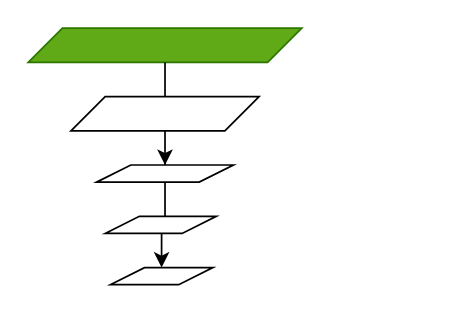
The draw.io diagram Untitled Diagram.drawio in Asad-Ismail/Nano-Instance-Segmentor, before the edit. Source tidied: cells renumbered, new cells numbered last; positions are measured from the earlier drawing's top-left corner, leaving out a move shared by most shapes. Both pictures are drawn from the tidied source at 171%, with x=0, y=0 at pixel (27, 27).
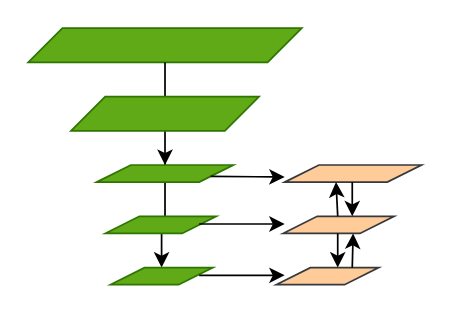
After the change.

The edit, as a diff of the source:
```diff
@@
-    <mxCell id="5" style="shape=parallelogram;perimeter=parallelogramPerimeter;whiteSpace=wrap;html=1;fixedSize=1;" parent="1" vertex="1">
+    <mxCell id="5" style="shape=parallelogram;perimeter=parallelogramPerimeter;whiteSpace=wrap;html=1;fixedSize=1;fillColor=#60a917;fontColor=#ffffff;strokeColor=#2D7600;" parent="1" vertex="1">
       <mxGeometry x="40" y="80" width="80" height="10" as="geometry" />
     </mxCell>
-    <mxCell id="6" style="shape=parallelogram;perimeter=parallelogramPerimeter;whiteSpace=wrap;html=1;fixedSize=1;" parent="1" vertex="1">
+    <mxCell id="6" style="shape=parallelogram;perimeter=parallelogramPerimeter;whiteSpace=wrap;html=1;fixedSize=1;fillColor=#60a917;fontColor=#ffffff;strokeColor=#2D7600;" parent="1" vertex="1">
       <mxGeometry x="48" y="140" width="60" height="10" as="geometry" />
     </mxCell>
@@
-    <mxCell id="8" style="shape=parallelogram;perimeter=parallelogramPerimeter;whiteSpace=wrap;html=1;fixedSize=1;" parent="1" vertex="1">
+    <mxCell id="8" style="shape=parallelogram;perimeter=parallelogramPerimeter;whiteSpace=wrap;html=1;fixedSize=1;fillColor=#60a917;strokeColor=#2D7600;fontColor=#ffffff;" parent="1" vertex="1">
       <mxGeometry x="25" y="40" width="110" height="20" as="geometry" />
     </mxCell>
@@
-    <mxCell id="11" style="shape=parallelogram;perimeter=parallelogramPerimeter;whiteSpace=wrap;html=1;fixedSize=1;" parent="1" vertex="1">
+    <mxCell id="11" style="shape=parallelogram;perimeter=parallelogramPerimeter;whiteSpace=wrap;html=1;fixedSize=1;fillColor=#60a917;fontColor=#ffffff;strokeColor=#2D7600;" parent="1" vertex="1">
       <mxGeometry x="45" y="110" width="65" height="10" as="geometry" />
     </mxCell>
+    <mxCell id="12" style="shape=parallelogram;perimeter=parallelogramPerimeter;whiteSpace=wrap;html=1;fixedSize=1;fillColor=#ffcc99;strokeColor=#36393d;" parent="1" vertex="1">
+      <mxGeometry x="150" y="80" width="80" height="10" as="geometry" />
+    </mxCell>
+    <mxCell id="13" style="shape=parallelogram;perimeter=parallelogramPerimeter;whiteSpace=wrap;html=1;fixedSize=1;fillColor=#ffcc99;strokeColor=#36393d;" parent="1" vertex="1">
+      <mxGeometry x="149" y="110" width="65" height="10" as="geometry" />
+    </mxCell>
+    <mxCell id="14" style="shape=parallelogram;perimeter=parallelogramPerimeter;whiteSpace=wrap;html=1;fixedSize=1;fillColor=#ffcc99;strokeColor=#36393d;" parent="1" vertex="1">
+      <mxGeometry x="145" y="140" width="60" height="10" as="geometry" />
+    </mxCell>
+    <mxCell id="15" style="endArrow=classic;html=1;rounded=0;" parent="1" edge="1">
+      <mxGeometry relative="1" as="geometry">
+        <mxPoint x="181" y="120" as="sourcePoint" />
+        <mxPoint x="181" y="140" as="targetPoint" />
+      </mxGeometry>
+    </mxCell>
+    <mxCell id="16" style="endArrow=classic;html=1;rounded=0;" parent="1" edge="1">
+      <mxGeometry relative="1" as="geometry">
+        <mxPoint x="189.5" y="140" as="sourcePoint" />
+        <mxPoint x="190" y="120" as="targetPoint" />
+      </mxGeometry>
+    </mxCell>
+    <mxCell id="17" style="endArrow=classic;html=1;rounded=0;" parent="1" edge="1">
+      <mxGeometry relative="1" as="geometry">
+        <mxPoint x="181" y="110" as="sourcePoint" />
+        <mxPoint x="180" y="90" as="targetPoint" />
+      </mxGeometry>
+    </mxCell>
+    <mxCell id="18" style="endArrow=classic;html=1;rounded=0;" parent="1" edge="1">
+      <mxGeometry relative="1" as="geometry">
+        <mxPoint x="189.5" y="90" as="sourcePoint" />
+        <mxPoint x="189.5" y="110" as="targetPoint" />
+      </mxGeometry>
+    </mxCell>
+    <mxCell id="19" style="endArrow=classic;html=1;rounded=0;exitX=1;exitY=0.75;exitDx=0;exitDy=0;" parent="1" edge="1" source="5">
+      <mxGeometry relative="1" as="geometry">
+        <mxPoint x="150" y="87" as="targetPoint" />
+      </mxGeometry>
+    </mxCell>
+    <mxCell id="20" style="endArrow=classic;html=1;rounded=0;" parent="1" edge="1">
+      <mxGeometry relative="1" as="geometry">
+        <mxPoint x="100" y="114.5" as="sourcePoint" />
+        <mxPoint x="150" y="114.5" as="targetPoint" />
+      </mxGeometry>
+    </mxCell>
+    <mxCell id="21" style="endArrow=classic;html=1;rounded=0;" parent="1" edge="1">
+      <mxGeometry relative="1" as="geometry">
+        <mxPoint x="100" y="144.5" as="sourcePoint" />
+        <mxPoint x="150" y="144.5" as="targetPoint" />
+      </mxGeometry>
+    </mxCell>
```
